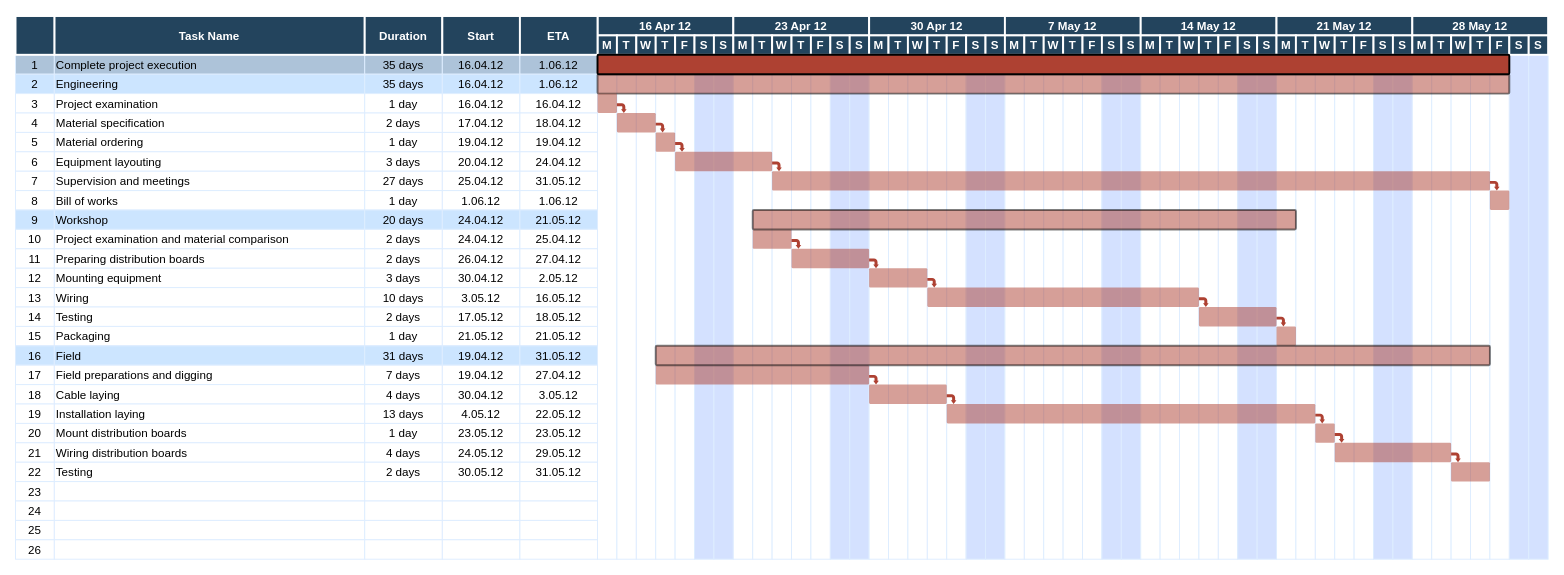
Above: Untitled Diagram.drawio in sarthakvarshney8081/nishank (draw.io), before the change. Source tidied: cells renumbered, new cells numbered last; positions are measured from the earlier drawing's top-left corner, leaving out a move shared by most shapes. Both pictures are drawn from the tidied source at 97%, with x=0, y=0 at pixel (15, 16).
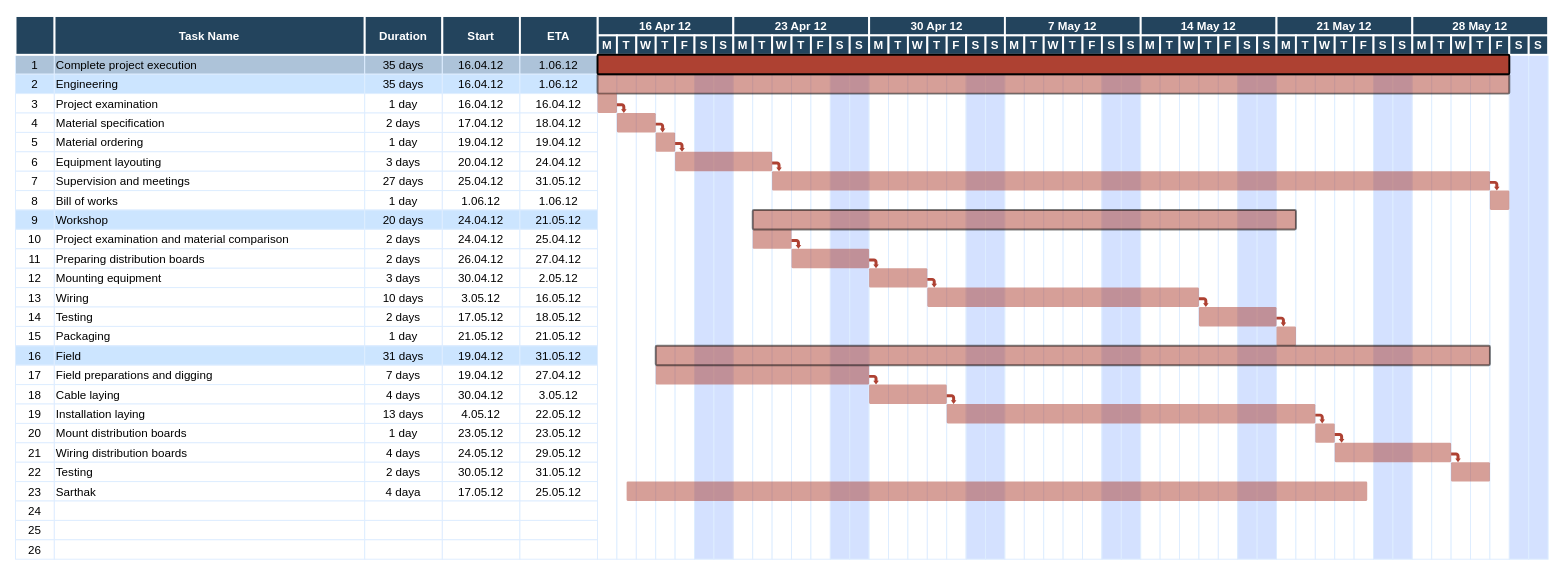
After the change.

The edit, as a diff of the source:
```diff
@@
-    <mxCell id="114" style="align=left;strokeColor=#DEEDFF;" parent="1" vertex="1">
+    <mxCell id="114" value="Sarthak" style="align=left;strokeColor=#DEEDFF;" parent="1" vertex="1">
       <mxGeometry x="40.5" y="480" width="320" height="20" as="geometry" />
     </mxCell>
-    <mxCell id="115" style="strokeColor=#DEEDFF;" parent="1" vertex="1">
+    <mxCell id="115" value="4 daya" style="strokeColor=#DEEDFF;" parent="1" vertex="1">
       <mxGeometry x="360.5" y="480" width="80" height="20" as="geometry" />
     </mxCell>
-    <mxCell id="116" style="strokeColor=#DEEDFF;" parent="1" vertex="1">
+    <mxCell id="116" value="17.05.12" style="strokeColor=#DEEDFF;" parent="1" vertex="1">
       <mxGeometry x="440.5" y="480" width="80" height="20" as="geometry" />
     </mxCell>
-    <mxCell id="117" style="strokeColor=#DEEDFF;" parent="1" vertex="1">
+    <mxCell id="117" value="25.05.12" style="strokeColor=#DEEDFF;" parent="1" vertex="1">
       <mxGeometry x="520.5" y="480" width="80" height="20" as="geometry" />
     </mxCell>
@@
+    <mxCell id="279" style="shape=mxgraph.flowchart.process;fillColor=#AE4132;strokeColor=none;strokeWidth=2;opacity=50;" parent="1" vertex="1">
+      <mxGeometry x="630.5" y="480" width="763.5" height="20" as="geometry" />
+    </mxCell>
```
